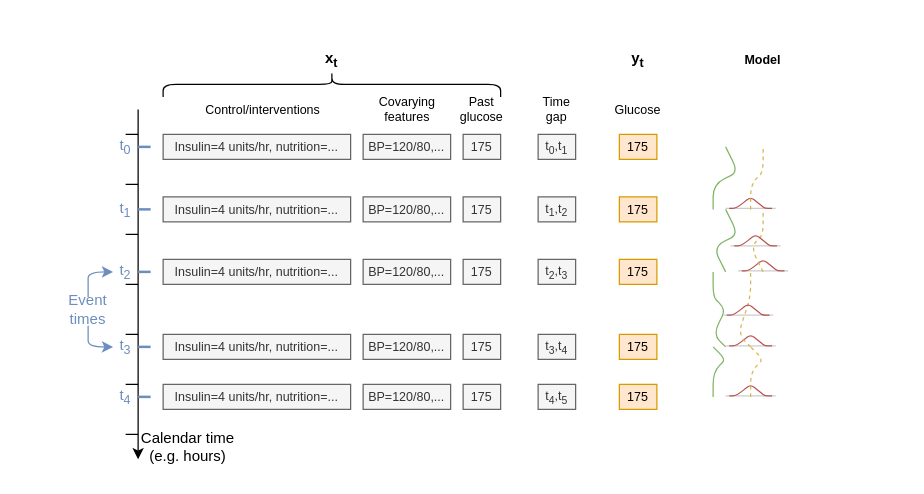
Earlier version of the draw.io diagram data-look.drawio (oizin/links). Source tidied: cells renumbered, new cells numbered last; positions are measured from the earlier drawing's top-left corner, leaving out a move shared by most shapes. Both pictures are drawn from the tidied source at 125%, with x=0, y=0 at pixel (62, -85).
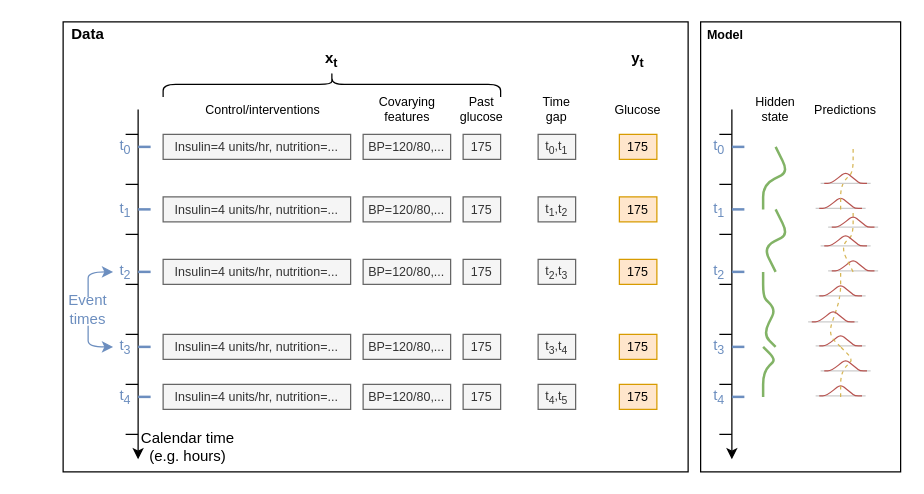
The same diagram, later.

The edit, as a diff of the source:
```diff
@@
+    <mxCell id="84" style="rounded=0;whiteSpace=wrap;html=1;" parent="1" vertex="1">
+      <mxGeometry x="510" y="85" width="160" height="360" as="geometry" />
+    </mxCell>
+    <mxCell id="85" style="rounded=0;whiteSpace=wrap;html=1;" parent="1" vertex="1">
+      <mxGeometry y="85" width="500" height="360" as="geometry" />
+    </mxCell>
@@
-    <mxCell id="57" style="endArrow=none;html=1;fontSize=10;fontColor=#000000;strokeColor=#82b366;strokeWidth=1;fillColor=#d5e8d4;" parent="1" edge="1">
+    <mxCell id="57" style="endArrow=none;html=1;fontSize=10;fontColor=#000000;strokeColor=#82b366;strokeWidth=2;fillColor=#d5e8d4;" parent="1" edge="1">
       <mxGeometry relative="1" as="geometry">
-        <mxPoint x="520" y="235" as="sourcePoint" />
-        <mxPoint x="530" y="185" as="targetPoint" />
+        <mxPoint x="560" y="235" as="sourcePoint" />
+        <mxPoint x="570" y="185" as="targetPoint" />
         <Array as="points">
-          <mxPoint x="520" y="215" />
-          <mxPoint x="540" y="205" />
+          <mxPoint x="560" y="215" />
+          <mxPoint x="580" y="205" />
         </Array>
       </mxGeometry>
     </mxCell>
-    <mxCell id="58" style="endArrow=none;html=1;fontSize=10;fontColor=#000000;strokeColor=#82b366;strokeWidth=1;fillColor=#d5e8d4;" parent="1" edge="1">
+    <mxCell id="58" style="endArrow=none;html=1;fontSize=10;fontColor=#000000;strokeColor=#82b366;strokeWidth=2;fillColor=#d5e8d4;" parent="1" edge="1">
       <mxGeometry relative="1" as="geometry">
-        <mxPoint x="530" y="285" as="sourcePoint" />
-        <mxPoint x="530" y="235" as="targetPoint" />
+        <mxPoint x="570" y="285" as="sourcePoint" />
+        <mxPoint x="570" y="235" as="targetPoint" />
         <Array as="points">
-          <mxPoint x="520" y="265" />
-          <mxPoint x="540" y="255" />
+          <mxPoint x="560" y="265" />
+          <mxPoint x="580" y="255" />
         </Array>
       </mxGeometry>
     </mxCell>
-    <mxCell id="59" style="endArrow=none;html=1;fontSize=10;fontColor=#000000;strokeColor=#82b366;strokeWidth=1;fillColor=#d5e8d4;" parent="1" edge="1">
+    <mxCell id="59" style="endArrow=none;html=1;fontSize=10;fontColor=#000000;strokeColor=#82b366;strokeWidth=2;fillColor=#d5e8d4;" parent="1" edge="1">
       <mxGeometry relative="1" as="geometry">
-        <mxPoint x="530" y="345" as="sourcePoint" />
-        <mxPoint x="520" y="285" as="targetPoint" />
+        <mxPoint x="570" y="345" as="sourcePoint" />
+        <mxPoint x="560" y="285" as="targetPoint" />
         <Array as="points">
-          <mxPoint x="520" y="335" />
-          <mxPoint x="530" y="315" />
-          <mxPoint x="520" y="305" />
+          <mxPoint x="560" y="335" />
+          <mxPoint x="570" y="315" />
+          <mxPoint x="560" y="305" />
         </Array>
       </mxGeometry>
     </mxCell>
-    <mxCell id="60" style="endArrow=none;html=1;fontSize=10;fontColor=#000000;strokeColor=#82b366;strokeWidth=1;fillColor=#d5e8d4;" parent="1" edge="1">
+    <mxCell id="60" style="endArrow=none;html=1;fontSize=10;fontColor=#000000;strokeColor=#82b366;strokeWidth=2;fillColor=#d5e8d4;" parent="1" edge="1">
       <mxGeometry relative="1" as="geometry">
-        <mxPoint x="520" y="385" as="sourcePoint" />
-        <mxPoint x="520" y="345" as="targetPoint" />
+        <mxPoint x="560" y="385" as="sourcePoint" />
+        <mxPoint x="560" y="345" as="targetPoint" />
         <Array as="points">
-          <mxPoint x="520" y="365" />
-          <mxPoint x="530" y="355" />
+          <mxPoint x="560" y="365" />
+          <mxPoint x="570" y="355" />
         </Array>
       </mxGeometry>
     </mxCell>
     <mxCell id="61" style="group;" parent="1" vertex="1">
-      <mxGeometry x="530" y="225" width="40" height="9.2" as="geometry" />
+      <mxGeometry x="602" y="225" width="40" height="9.2" as="geometry" />
     </mxCell>
@@
     <mxCell id="64" style="group;" parent="1" vertex="1">
-      <mxGeometry x="540" y="275" width="40" height="9.2" as="geometry" />
+      <mxGeometry x="612" y="275" width="40" height="9.2" as="geometry" />
     </mxCell>
@@
     <mxCell id="67" style="group;" parent="1" vertex="1">
-      <mxGeometry x="530" y="335" width="40" height="9.2" as="geometry" />
+      <mxGeometry x="602" y="335" width="40" height="9.2" as="geometry" />
     </mxCell>
@@
     <mxCell id="70" style="group;" parent="1" vertex="1">
-      <mxGeometry x="530" y="375" width="40" height="9.2" as="geometry" />
+      <mxGeometry x="602" y="375" width="40" height="9.2" as="geometry" />
     </mxCell>
@@
     <mxCell id="73" style="endArrow=none;html=1;fontSize=10;fontColor=#000000;strokeColor=#d6b656;strokeWidth=1;fillColor=#fff2cc;dashed=1;" parent="1" edge="1">
       <mxGeometry relative="1" as="geometry">
-        <mxPoint x="550" y="235" as="sourcePoint" />
-        <mxPoint x="560" y="185" as="targetPoint" />
+        <mxPoint x="622" y="235" as="sourcePoint" />
+        <mxPoint x="632" y="185" as="targetPoint" />
         <Array as="points">
-          <mxPoint x="550" y="215" />
-          <mxPoint x="560" y="205" />
+          <mxPoint x="622" y="215" />
+          <mxPoint x="632" y="205" />
         </Array>
       </mxGeometry>
     </mxCell>
     <mxCell id="74" style="endArrow=none;html=1;fontSize=10;fontColor=#000000;strokeColor=#d6b656;strokeWidth=1;fillColor=#fff2cc;dashed=1;" parent="1" edge="1">
       <mxGeometry relative="1" as="geometry">
-        <mxPoint x="560" y="285" as="sourcePoint" />
-        <mxPoint x="560" y="235" as="targetPoint" />
+        <mxPoint x="632" y="285" as="sourcePoint" />
+        <mxPoint x="632" y="235" as="targetPoint" />
         <Array as="points">
-          <mxPoint x="550" y="265" />
-          <mxPoint x="560" y="255" />
+          <mxPoint x="622" y="265" />
+          <mxPoint x="632" y="255" />
         </Array>
       </mxGeometry>
     </mxCell>
     <mxCell id="75" style="endArrow=none;html=1;fontSize=10;fontColor=#000000;strokeColor=#d6b656;strokeWidth=1;fillColor=#fff2cc;dashed=1;" parent="1" edge="1">
       <mxGeometry relative="1" as="geometry">
-        <mxPoint x="550" y="345" as="sourcePoint" />
-        <mxPoint x="550" y="285" as="targetPoint" />
+        <mxPoint x="622" y="345" as="sourcePoint" />
+        <mxPoint x="622" y="285" as="targetPoint" />
         <Array as="points">
-          <mxPoint x="540" y="335" />
-          <mxPoint x="550" y="305" />
+          <mxPoint x="612" y="335" />
+          <mxPoint x="622" y="305" />
         </Array>
       </mxGeometry>
     </mxCell>
     <mxCell id="76" style="endArrow=none;html=1;fontSize=10;fontColor=#000000;strokeColor=#d6b656;strokeWidth=1;fillColor=#fff2cc;dashed=1;" parent="1" edge="1">
       <mxGeometry relative="1" as="geometry">
-        <mxPoint x="550" y="385" as="sourcePoint" />
-        <mxPoint x="550" y="345" as="targetPoint" />
+        <mxPoint x="622" y="385" as="sourcePoint" />
+        <mxPoint x="622" y="345" as="targetPoint" />
         <Array as="points">
-          <mxPoint x="550" y="365" />
-          <mxPoint x="560" y="355" />
+          <mxPoint x="622" y="365" />
+          <mxPoint x="632" y="355" />
         </Array>
       </mxGeometry>
     </mxCell>
     <mxCell id="77" style="group;" parent="1" vertex="1">
-      <mxGeometry x="528" y="310.4" width="40" height="9.2" as="geometry" />
+      <mxGeometry x="596" y="315.8" width="40" height="9.2" as="geometry" />
     </mxCell>
@@
     <mxCell id="80" style="group;" parent="1" vertex="1">
-      <mxGeometry x="534" y="255" width="40" height="9.2" as="geometry" />
+      <mxGeometry x="606" y="255" width="40" height="9.2" as="geometry" />
     </mxCell>
@@
     <mxCell id="83" value="Model" style="text;html=1;strokeColor=none;fillColor=none;align=center;verticalAlign=middle;whiteSpace=wrap;rounded=0;fontSize=10;fontColor=#000000;fontStyle=1;" parent="1" vertex="1">
-      <mxGeometry x="540" y="105" width="40" height="20" as="geometry" />
+      <mxGeometry x="510" y="85" width="40" height="20" as="geometry" />
     </mxCell>
+    <mxCell id="86" value="&lt;div&gt;Hidden&lt;/div&gt;&lt;div&gt;state&lt;br&gt;&lt;/div&gt;" style="text;html=1;strokeColor=none;fillColor=none;align=center;verticalAlign=middle;whiteSpace=wrap;rounded=0;fontSize=10;fontColor=#000000;fontStyle=0;" parent="1" vertex="1">
+      <mxGeometry x="550" y="145" width="40" height="20" as="geometry" />
+    </mxCell>
+    <mxCell id="87" value="Predictions" style="text;html=1;strokeColor=none;fillColor=none;align=center;verticalAlign=middle;whiteSpace=wrap;rounded=0;fontSize=10;fontColor=#000000;fontStyle=0;" parent="1" vertex="1">
+      <mxGeometry x="606" y="145" width="40" height="20" as="geometry" />
+    </mxCell>
+    <mxCell id="88" value="Data" style="text;html=1;strokeColor=none;fillColor=none;align=center;verticalAlign=middle;whiteSpace=wrap;rounded=0;fontStyle=1;" parent="1" vertex="1">
+      <mxGeometry x="-33.8" y="85" width="107.5" height="20" as="geometry" />
+    </mxCell>
+    <mxCell id="89" style="endArrow=classic;html=1;" parent="1" edge="1">
+      <mxGeometry relative="1" as="geometry">
+        <mxPoint x="535" y="155" as="sourcePoint" />
+        <mxPoint x="535" y="435" as="targetPoint" />
+      </mxGeometry>
+    </mxCell>
+    <mxCell id="90" style="endArrow=none;html=1;" parent="1" edge="1">
+      <mxGeometry relative="1" as="geometry">
+        <mxPoint x="525" y="175" as="sourcePoint" />
+        <mxPoint x="535" y="175" as="targetPoint" />
+      </mxGeometry>
+    </mxCell>
+    <mxCell id="91" style="endArrow=none;html=1;" parent="1" edge="1">
+      <mxGeometry relative="1" as="geometry">
+        <mxPoint x="525" y="215" as="sourcePoint" />
+        <mxPoint x="535" y="215" as="targetPoint" />
+      </mxGeometry>
+    </mxCell>
+    <mxCell id="92" style="endArrow=none;html=1;" parent="1" edge="1">
+      <mxGeometry relative="1" as="geometry">
+        <mxPoint x="525" y="255" as="sourcePoint" />
+        <mxPoint x="535" y="255" as="targetPoint" />
+      </mxGeometry>
+    </mxCell>
+    <mxCell id="93" style="endArrow=none;html=1;" parent="1" edge="1">
+      <mxGeometry relative="1" as="geometry">
+        <mxPoint x="525" y="295" as="sourcePoint" />
+        <mxPoint x="535" y="295" as="targetPoint" />
+      </mxGeometry>
+    </mxCell>
+    <mxCell id="94" style="endArrow=none;html=1;" parent="1" edge="1">
+      <mxGeometry relative="1" as="geometry">
+        <mxPoint x="525" y="335" as="sourcePoint" />
+        <mxPoint x="535" y="335" as="targetPoint" />
+      </mxGeometry>
+    </mxCell>
+    <mxCell id="95" style="endArrow=none;html=1;" parent="1" edge="1">
+      <mxGeometry relative="1" as="geometry">
+        <mxPoint x="525" y="375" as="sourcePoint" />
+        <mxPoint x="535" y="375" as="targetPoint" />
+      </mxGeometry>
+    </mxCell>
+    <mxCell id="96" style="endArrow=none;html=1;" parent="1" edge="1">
+      <mxGeometry relative="1" as="geometry">
+        <mxPoint x="525" y="415" as="sourcePoint" />
+        <mxPoint x="535" y="415" as="targetPoint" />
+      </mxGeometry>
+    </mxCell>
+    <mxCell id="97" style="endArrow=none;html=1;fillColor=#dae8fc;strokeColor=#6c8ebf;strokeWidth=2;" parent="1" edge="1">
+      <mxGeometry relative="1" as="geometry">
+        <mxPoint x="535" y="185" as="sourcePoint" />
+        <mxPoint x="545" y="185" as="targetPoint" />
+      </mxGeometry>
+    </mxCell>
+    <mxCell id="98" style="endArrow=none;html=1;fillColor=#dae8fc;strokeColor=#6c8ebf;strokeWidth=2;" parent="1" edge="1">
+      <mxGeometry relative="1" as="geometry">
+        <mxPoint x="535" y="235" as="sourcePoint" />
+        <mxPoint x="545" y="235" as="targetPoint" />
+      </mxGeometry>
+    </mxCell>
+    <mxCell id="99" style="endArrow=none;html=1;fillColor=#dae8fc;strokeColor=#6c8ebf;strokeWidth=2;" parent="1" edge="1">
+      <mxGeometry relative="1" as="geometry">
+        <mxPoint x="535" y="285" as="sourcePoint" />
+        <mxPoint x="545" y="285" as="targetPoint" />
+      </mxGeometry>
+    </mxCell>
+    <mxCell id="100" style="endArrow=none;html=1;fillColor=#dae8fc;strokeColor=#6c8ebf;strokeWidth=2;" parent="1" edge="1">
+      <mxGeometry relative="1" as="geometry">
+        <mxPoint x="535" y="345" as="sourcePoint" />
+        <mxPoint x="545" y="345" as="targetPoint" />
+      </mxGeometry>
+    </mxCell>
+    <mxCell id="101" style="endArrow=none;html=1;fillColor=#dae8fc;strokeColor=#6c8ebf;strokeWidth=2;" parent="1" edge="1">
+      <mxGeometry relative="1" as="geometry">
+        <mxPoint x="535" y="385" as="sourcePoint" />
+        <mxPoint x="545" y="385" as="targetPoint" />
+      </mxGeometry>
+    </mxCell>
+    <mxCell id="102" value="t&lt;sub&gt;0&lt;/sub&gt;" style="text;html=1;strokeColor=none;fillColor=none;align=center;verticalAlign=middle;whiteSpace=wrap;rounded=0;fontColor=#6C8EBF;" parent="1" vertex="1">
+      <mxGeometry x="515" y="175" width="20" height="20" as="geometry" />
+    </mxCell>
+    <mxCell id="103" value="t&lt;sub&gt;1&lt;/sub&gt;" style="text;html=1;strokeColor=none;fillColor=none;align=center;verticalAlign=middle;whiteSpace=wrap;rounded=0;fontColor=#6C8EBF;" parent="1" vertex="1">
+      <mxGeometry x="515" y="225" width="20" height="20" as="geometry" />
+    </mxCell>
+    <mxCell id="104" value="t&lt;sub&gt;2&lt;/sub&gt;" style="text;html=1;strokeColor=none;fillColor=none;align=center;verticalAlign=middle;whiteSpace=wrap;rounded=0;fontColor=#6C8EBF;" parent="1" vertex="1">
+      <mxGeometry x="515" y="275" width="20" height="20" as="geometry" />
+    </mxCell>
+    <mxCell id="105" value="t&lt;sub&gt;3&lt;/sub&gt;" style="text;html=1;strokeColor=none;fillColor=none;align=center;verticalAlign=middle;whiteSpace=wrap;rounded=0;fontColor=#6C8EBF;" parent="1" vertex="1">
+      <mxGeometry x="515" y="335" width="20" height="20" as="geometry" />
+    </mxCell>
+    <mxCell id="106" value="t&lt;sub&gt;4&lt;/sub&gt;" style="text;html=1;strokeColor=none;fillColor=none;align=center;verticalAlign=middle;whiteSpace=wrap;rounded=0;fontColor=#6C8EBF;" parent="1" vertex="1">
+      <mxGeometry x="515" y="375" width="20" height="20" as="geometry" />
+    </mxCell>
+    <mxCell id="107" style="group;" parent="1" vertex="1">
+      <mxGeometry x="606" y="205" width="40" height="9.2" as="geometry" />
+    </mxCell>
+    <mxCell id="108" style="endArrow=none;html=1;fontSize=14;fontColor=#000000;strokeWidth=1;fillColor=#f5f5f5;strokeColor=#CCCCCC;" parent="107" edge="1">
+      <mxGeometry as="geometry">
+        <mxPoint y="9.2" as="sourcePoint" />
+        <mxPoint x="40" y="9.2" as="targetPoint" />
+      </mxGeometry>
+    </mxCell>
+    <mxCell id="109" style="endArrow=none;html=1;fontSize=14;fontColor=#000000;strokeColor=#b85450;strokeWidth=1;fillColor=#f8cecc;" parent="107" edge="1">
+      <mxGeometry as="geometry">
+        <mxPoint x="2.9" y="9.2" as="sourcePoint" />
+        <mxPoint x="37.1" y="9.2" as="targetPoint" />
+        <Array as="points">
+          <mxPoint x="8.6" y="9.2" />
+          <mxPoint x="20" />
+          <mxPoint x="25.7" y="4.6" />
+          <mxPoint x="31.4" y="9.2" />
+        </Array>
+      </mxGeometry>
+    </mxCell>
+    <mxCell id="110" style="group;" parent="1" vertex="1">
+      <mxGeometry x="602" y="295" width="40" height="9.2" as="geometry" />
+    </mxCell>
+    <mxCell id="111" style="endArrow=none;html=1;fontSize=14;fontColor=#000000;strokeWidth=1;fillColor=#f5f5f5;strokeColor=#CCCCCC;" parent="110" edge="1">
+      <mxGeometry as="geometry">
+        <mxPoint y="9.2" as="sourcePoint" />
+        <mxPoint x="40" y="9.2" as="targetPoint" />
+      </mxGeometry>
+    </mxCell>
+    <mxCell id="112" style="endArrow=none;html=1;fontSize=14;fontColor=#000000;strokeColor=#b85450;strokeWidth=1;fillColor=#f8cecc;" parent="110" edge="1">
+      <mxGeometry as="geometry">
+        <mxPoint x="2.9" y="9.2" as="sourcePoint" />
+        <mxPoint x="37.1" y="9.2" as="targetPoint" />
+        <Array as="points">
+          <mxPoint x="8.6" y="9.2" />
+          <mxPoint x="20" />
+          <mxPoint x="25.7" y="4.6" />
+          <mxPoint x="31.4" y="9.2" />
+        </Array>
+      </mxGeometry>
+    </mxCell>
+    <mxCell id="113" style="group;" parent="1" vertex="1">
+      <mxGeometry x="606" y="355" width="40" height="9.2" as="geometry" />
+    </mxCell>
+    <mxCell id="114" style="endArrow=none;html=1;fontSize=14;fontColor=#000000;strokeWidth=1;fillColor=#f5f5f5;strokeColor=#CCCCCC;" parent="113" edge="1">
+      <mxGeometry as="geometry">
+        <mxPoint y="9.2" as="sourcePoint" />
+        <mxPoint x="40" y="9.2" as="targetPoint" />
+      </mxGeometry>
+    </mxCell>
+    <mxCell id="115" style="endArrow=none;html=1;fontSize=14;fontColor=#000000;strokeColor=#b85450;strokeWidth=1;fillColor=#f8cecc;" parent="113" edge="1">
+      <mxGeometry as="geometry">
+        <mxPoint x="2.9" y="9.2" as="sourcePoint" />
+        <mxPoint x="37.1" y="9.2" as="targetPoint" />
+        <Array as="points">
+          <mxPoint x="8.6" y="9.2" />
+          <mxPoint x="20" />
+          <mxPoint x="25.7" y="4.6" />
+          <mxPoint x="31.4" y="9.2" />
+        </Array>
+      </mxGeometry>
+    </mxCell>
+    <mxCell id="116" style="group;" parent="1" vertex="1">
+      <mxGeometry x="612" y="240" width="40" height="9.2" as="geometry" />
+    </mxCell>
+    <mxCell id="117" style="endArrow=none;html=1;fontSize=14;fontColor=#000000;strokeWidth=1;fillColor=#f5f5f5;strokeColor=#CCCCCC;" parent="116" edge="1">
+      <mxGeometry as="geometry">
+        <mxPoint y="9.2" as="sourcePoint" />
+        <mxPoint x="40" y="9.2" as="targetPoint" />
+      </mxGeometry>
+    </mxCell>
+    <mxCell id="118" style="endArrow=none;html=1;fontSize=14;fontColor=#000000;strokeColor=#b85450;strokeWidth=1;fillColor=#f8cecc;" parent="116" edge="1">
+      <mxGeometry as="geometry">
+        <mxPoint x="2.9" y="9.2" as="sourcePoint" />
+        <mxPoint x="37.1" y="9.2" as="targetPoint" />
+        <Array as="points">
+          <mxPoint x="8.6" y="9.2" />
+          <mxPoint x="20" />
+          <mxPoint x="25.7" y="4.6" />
+          <mxPoint x="31.4" y="9.2" />
+        </Array>
+      </mxGeometry>
+    </mxCell>
```
